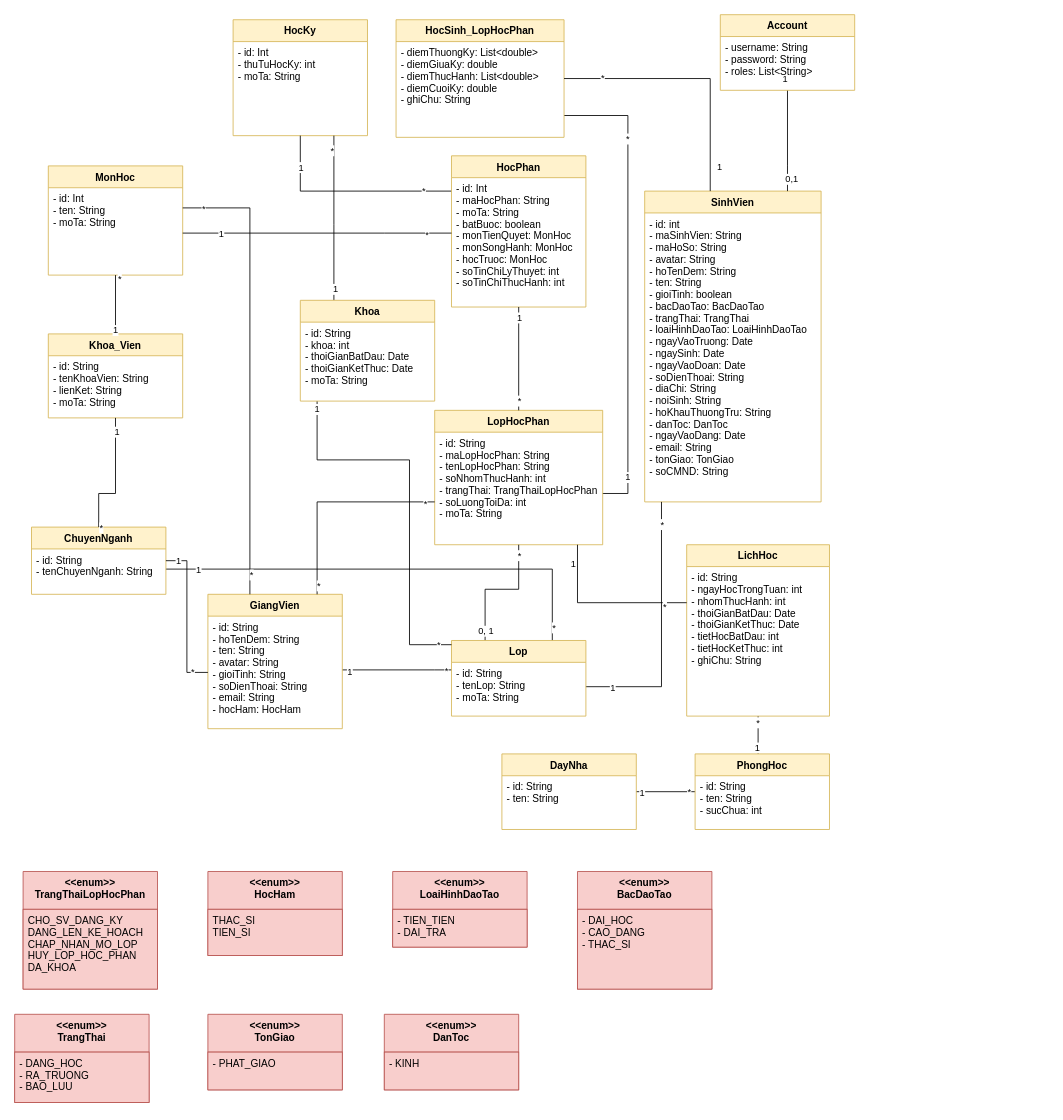
Before: CMN_Class.drawio in duchoan6814/Truong-Duc-Hoan, a draw.io diagram. Source tidied: cells renumbered, new cells numbered last; positions are measured from the earlier drawing's top-left corner, leaving out a move shared by most shapes. Both pictures are drawn from the tidied source at 84%, with x=0, y=0 at pixel (14, 14).
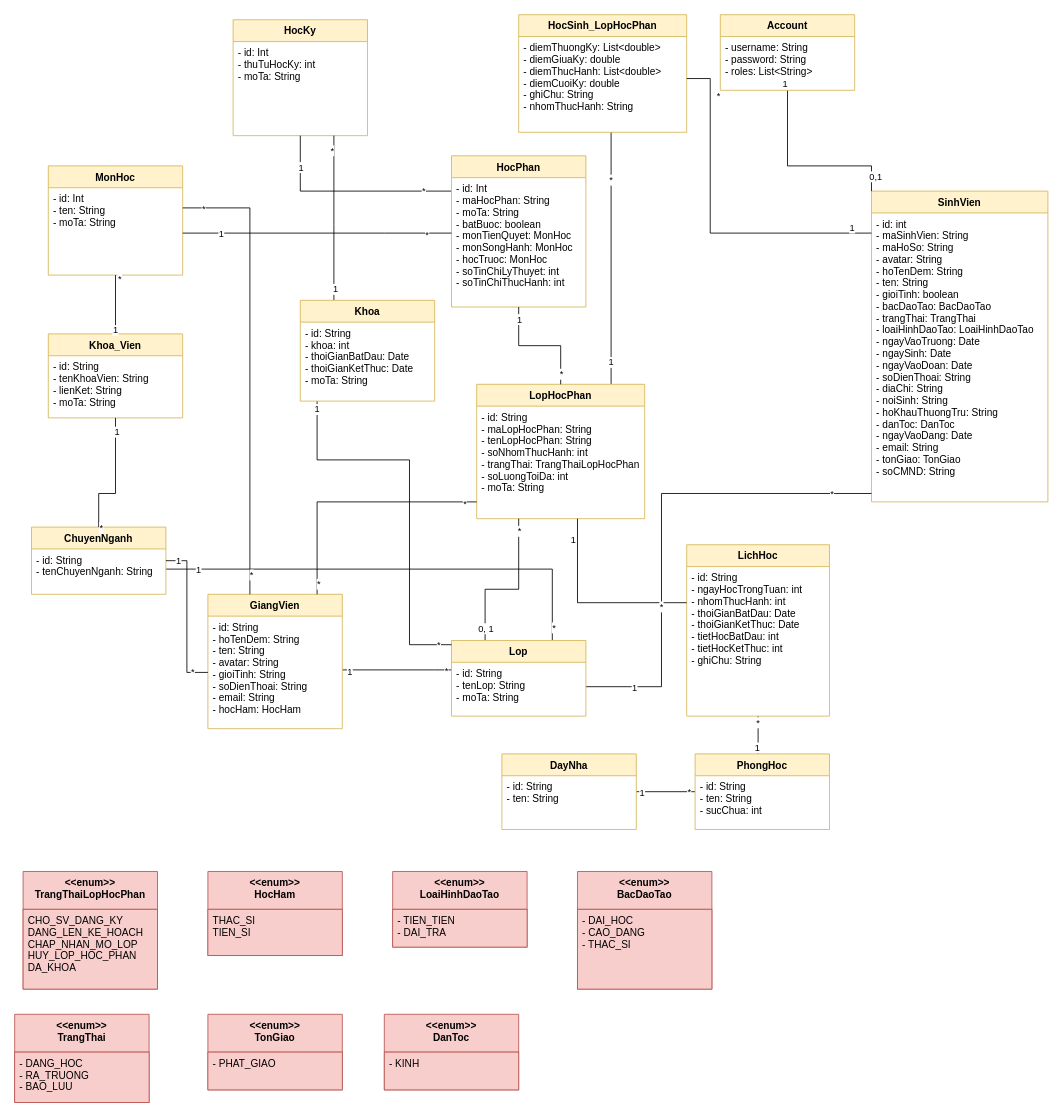
The same page after the edit.

The change refers to these unchanged cells:
```xml
<mxCell id="28" value="Lop" style="swimlane;fontStyle=1;align=center;verticalAlign=top;horizontal=1;startSize=26;fillColor=#fff2cc;strokeColor=#d6b656;" parent="1" vertex="1">
  <mxGeometry x="520" y="745" width="160" height="90" as="geometry" />
</mxCell>
<mxCell id="50" value="Account" style="swimlane;fontStyle=1;align=center;verticalAlign=top;horizontal=1;startSize=26;fillColor=#fff2cc;strokeColor=#d6b656;" parent="1" vertex="1">
  <mxGeometry x="840" width="160" height="90" as="geometry" />
</mxCell>
```

What changed in the source:
```diff
@@
     <mxCell id="2" value="SinhVien" style="swimlane;fontStyle=1;align=center;verticalAlign=top;horizontal=1;startSize=26;fillColor=#fff2cc;strokeColor=#d6b656;" parent="1" vertex="1">
-      <mxGeometry x="750" y="210" width="210" height="370" as="geometry" />
+      <mxGeometry x="1020" y="210" width="210" height="370" as="geometry" />
     </mxCell>
@@
     <mxCell id="11" style="edgeStyle=orthogonalEdgeStyle;rounded=0;jettySize=auto;html=1;endArrow=none;endFill=0;" parent="1" edge="1" source="2" target="28">
       <mxGeometry relative="1" as="geometry">
         <Array as="points">
+          <mxPoint x="770" y="570" />
           <mxPoint x="770" y="800" />
         </Array>
       </mxGeometry>
     </mxCell>
@@
     <mxCell id="17" style="edgeStyle=orthogonalEdgeStyle;rounded=0;jettySize=auto;html=1;endArrow=none;endFill=0;" parent="1" edge="1" source="20" target="30">
       <mxGeometry relative="1" as="geometry">
         <Array as="points">
-          <mxPoint x="730" y="570" />
-          <mxPoint x="730" y="120" />
+          <mxPoint x="710" y="280" />
+          <mxPoint x="710" y="280" />
         </Array>
       </mxGeometry>
     </mxCell>
@@
     <mxCell id="20" value="LopHocPhan" style="swimlane;fontStyle=1;align=center;verticalAlign=top;horizontal=1;startSize=26;fillColor=#fff2cc;strokeColor=#d6b656;" parent="1" vertex="1">
-      <mxGeometry x="500" y="471" width="200" height="160" as="geometry" />
+      <mxGeometry x="550" y="440" width="200" height="160" as="geometry" />
     </mxCell>
@@
     <mxCell id="30" value="HocSinh_LopHocPhan" style="swimlane;fontStyle=1;align=center;verticalAlign=top;horizontal=1;startSize=26;fillColor=#fff2cc;strokeColor=#d6b656;" parent="1" vertex="1">
-      <mxGeometry x="454" y="6" width="200" height="140" as="geometry" />
+      <mxGeometry x="600" width="200" height="140" as="geometry" />
     </mxCell>
-    <mxCell id="31" value="- diemThuongKy: List&lt;double&gt;&#10;- diemGiuaKy: double&#10;- diemThucHanh: List&lt;double&gt;&#10;- diemCuoiKy: double&#10;- ghiChu: String" style="text;strokeColor=none;fillColor=none;align=left;verticalAlign=top;spacingLeft=4;spacingRight=4;overflow=hidden;" parent="30" vertex="1">
+    <mxCell id="31" value="- diemThuongKy: List&lt;double&gt;&#10;- diemGiuaKy: double&#10;- diemThucHanh: List&lt;double&gt;&#10;- diemCuoiKy: double&#10;- ghiChu: String&#10;- nhomThucHanh: String" style="text;strokeColor=none;fillColor=none;align=left;verticalAlign=top;spacingLeft=4;spacingRight=4;overflow=hidden;" parent="30" vertex="1">
       <mxGeometry y="26" width="200" height="114" as="geometry" />
     </mxCell>
     <mxCell id="32" style="edgeStyle=orthogonalEdgeStyle;rounded=0;jettySize=auto;html=1;endArrow=none;endFill=0;" parent="1" edge="1" source="2" target="30">
       <mxGeometry relative="1" as="geometry">
         <Array as="points">
+          <mxPoint x="828" y="260" />
           <mxPoint x="828" y="76" />
         </Array>
       </mxGeometry>
     </mxCell>
@@
     <mxCell id="47" style="edgeStyle=orthogonalEdgeStyle;rounded=0;jettySize=auto;html=1;endArrow=none;endFill=0;" parent="1" edge="1" source="50" target="2">
       <mxGeometry relative="1" as="geometry">
         <Array as="points">
           <mxPoint x="920" y="180" />
-          <mxPoint x="920" y="180" />
+          <mxPoint x="1020" y="180" />
         </Array>
       </mxGeometry>
     </mxCell>
```
